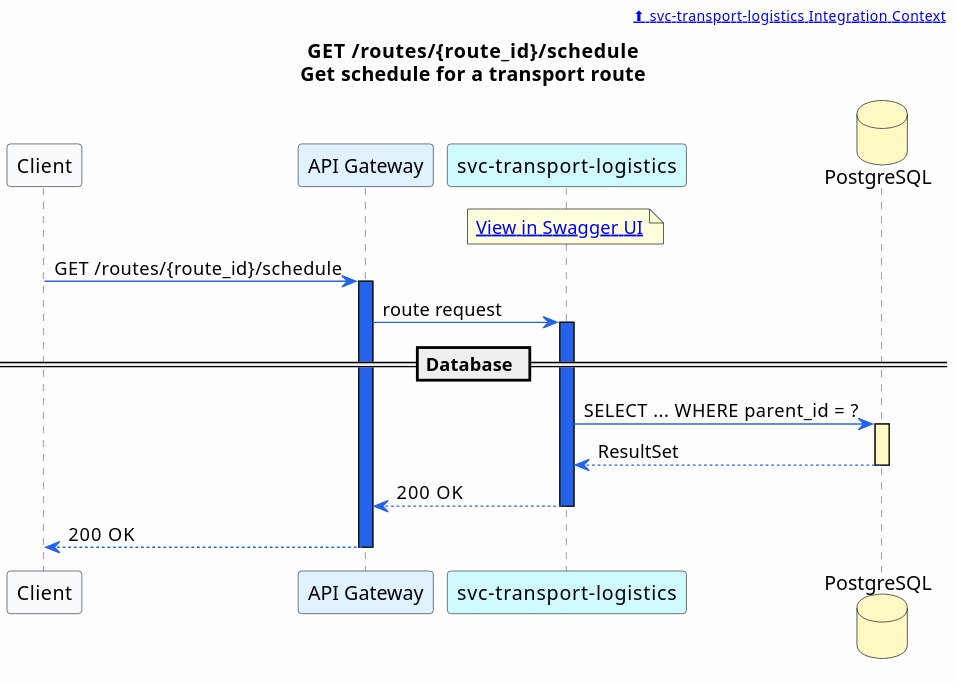
christopherblaisdell/continuous-architecture-platform-poc keeps this PlantUML diagram as portal/docs/microservices/svg/svc-transport-logistics--get-routes-route_id-schedule.svg. Above is the earlier version.
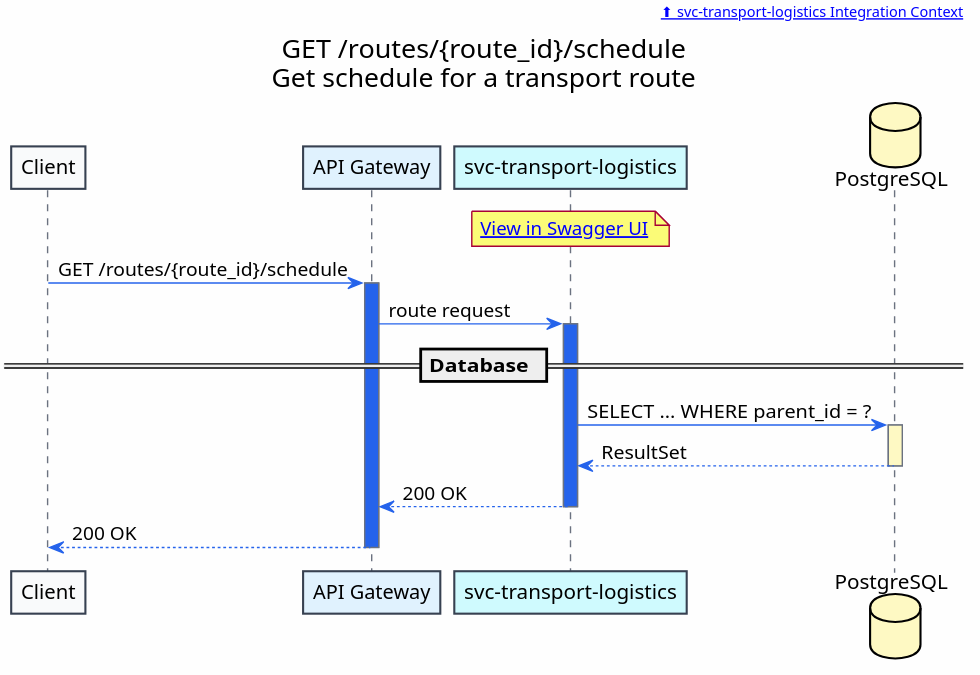
The same diagram one commit later.

Change to the diagram source:
```diff
@@ -1,4 +1,5 @@
-@startuml
+@startuml svc-transport-logistics--get-routes-route_id-schedule
+
 skinparam backgroundColor #FEFEFE
 skinparam shadowing false
 skinparam defaultFontName "Segoe UI"
@@ -42,4 +43,5 @@
 deactivate Svc
 GW --> Client : 200 OK
 deactivate GW
+
 @enduml
```
